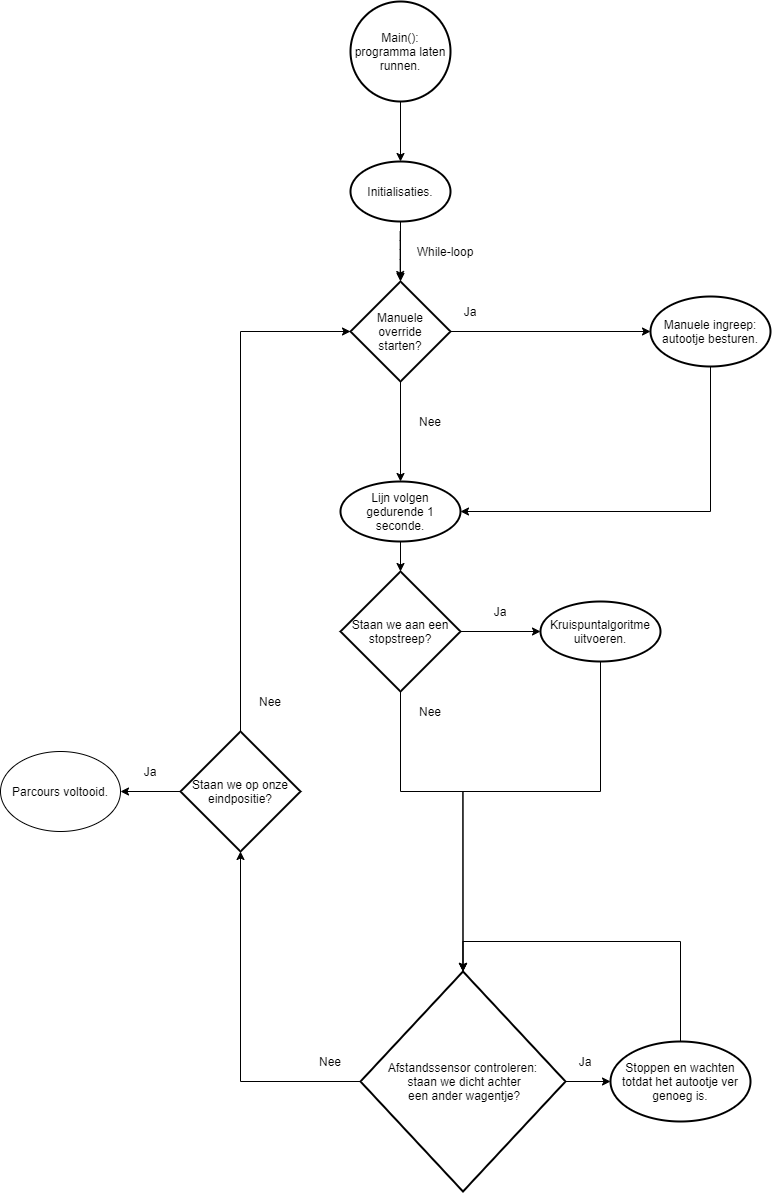
CamilleLouagie/groep-1 keeps this draw.io diagram as flowchartHoofdstructuur.png. Above is the earlier version. Source tidied: cells renumbered, new cells last; positions are measured from the earlier drawing's top-left corner, leaving out a move shared by most shapes.
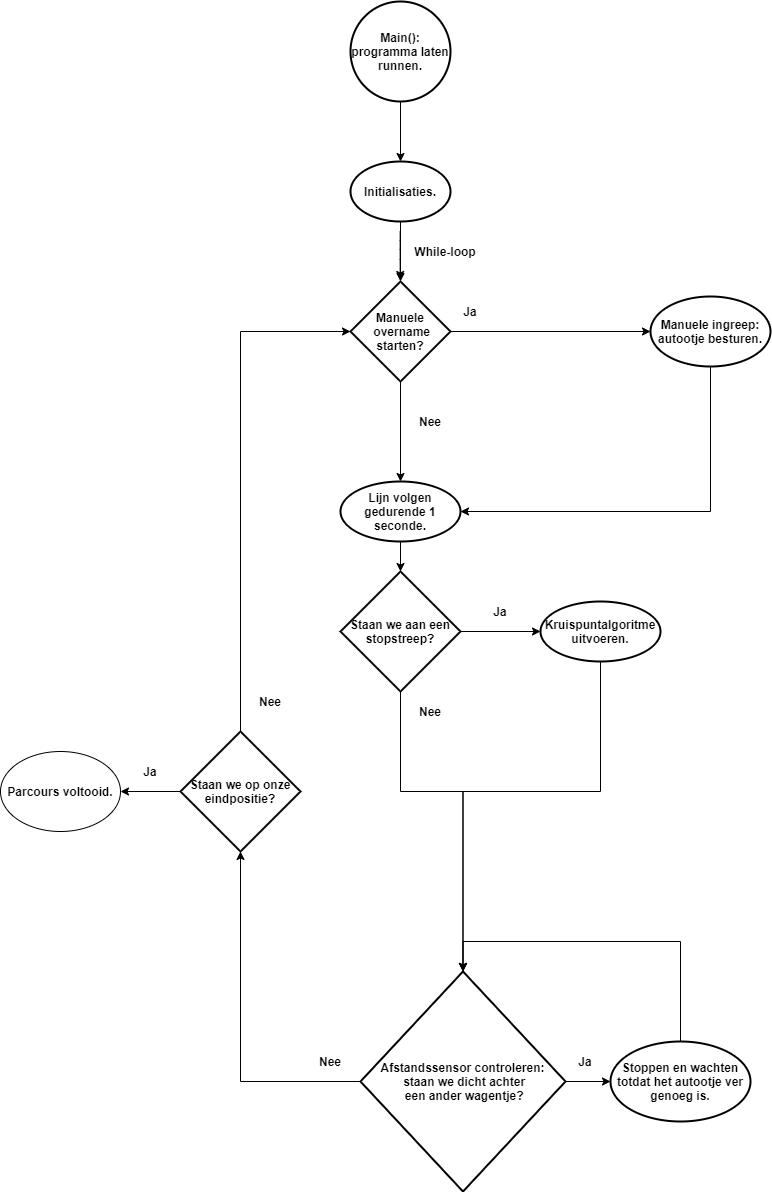
Later version of the same file.

The edit, as a diff of the source:
```diff
@@ -5,7 +5,7 @@
     <mxCell id="2" style="edgeStyle=orthogonalEdgeStyle;rounded=0;jettySize=auto;html=1;" parent="1" edge="1" source="3" target="15">
       <mxGeometry relative="1" as="geometry" />
     </mxCell>
-    <mxCell id="3" value="Main(): programma laten runnen." style="strokeWidth=2;html=1;shape=mxgraph.flowchart.start_2;whiteSpace=wrap;" parent="1" vertex="1">
+    <mxCell id="3" value="&lt;b&gt;Main(): programma laten runnen.&lt;/b&gt;" style="strokeWidth=2;html=1;shape=mxgraph.flowchart.start_2;whiteSpace=wrap;" parent="1" vertex="1">
       <mxGeometry x="350" width="100" height="100" as="geometry" />
     </mxCell>
     <mxCell id="4" style="endArrow=classic;html=1;" parent="1" edge="1">
@@ -23,7 +23,7 @@
     <mxCell id="6" style="edgeStyle=orthogonalEdgeStyle;rounded=0;jettySize=auto;html=1;entryX=0;entryY=0.5;entryDx=0;entryDy=0;" parent="1" edge="1" source="7" target="9">
       <mxGeometry relative="1" as="geometry" />
     </mxCell>
-    <mxCell id="7" value="Manuele&lt;br&gt;&amp;nbsp;override &lt;br&gt;starten?" style="strokeWidth=2;html=1;shape=mxgraph.flowchart.decision;whiteSpace=wrap;" parent="1" vertex="1">
+    <mxCell id="7" value="&lt;b&gt;Manuele&lt;br&gt;&amp;nbsp;overname&lt;br&gt;starten?&lt;/b&gt;" style="strokeWidth=2;html=1;shape=mxgraph.flowchart.decision;whiteSpace=wrap;" parent="1" vertex="1">
       <mxGeometry x="350" y="280" width="100" height="100" as="geometry" />
     </mxCell>
     <mxCell id="8" style="edgeStyle=orthogonalEdgeStyle;rounded=0;jettySize=auto;html=1;entryX=1;entryY=0.5;entryDx=0;entryDy=0;" parent="1" edge="1" source="9" target="11">
@@ -33,28 +33,28 @@
         </Array>
       </mxGeometry>
     </mxCell>
-    <mxCell id="9" value="Manuele ingreep: autootje besturen." style="ellipse;whiteSpace=wrap;html=1;strokeWidth=2;" parent="1" vertex="1">
+    <mxCell id="9" value="&lt;b&gt;Manuele ingreep: autootje besturen.&lt;/b&gt;" style="ellipse;whiteSpace=wrap;html=1;strokeWidth=2;" parent="1" vertex="1">
       <mxGeometry x="650" y="295" width="120" height="70" as="geometry" />
     </mxCell>
     <mxCell id="10" style="edgeStyle=orthogonalEdgeStyle;rounded=0;jettySize=auto;html=1;" parent="1" edge="1" source="11" target="19">
       <mxGeometry relative="1" as="geometry" />
     </mxCell>
-    <mxCell id="11" value="Lijn volgen gedurende 1 seconde." style="ellipse;whiteSpace=wrap;html=1;strokeWidth=2;" parent="1" vertex="1">
+    <mxCell id="11" value="&lt;b&gt;Lijn volgen gedurende 1 seconde.&lt;/b&gt;" style="ellipse;whiteSpace=wrap;html=1;strokeWidth=2;" parent="1" vertex="1">
       <mxGeometry x="340" y="480" width="120" height="60" as="geometry" />
     </mxCell>
-    <mxCell id="12" value="Ja" style="text;html=1;strokeColor=none;fillColor=none;align=center;verticalAlign=middle;whiteSpace=wrap;rounded=0;" parent="1" vertex="1">
+    <mxCell id="12" value="&lt;b&gt;Ja&lt;/b&gt;" style="text;html=1;strokeColor=none;fillColor=none;align=center;verticalAlign=middle;whiteSpace=wrap;rounded=0;" parent="1" vertex="1">
       <mxGeometry x="450" y="300" width="40" height="20" as="geometry" />
     </mxCell>
-    <mxCell id="13" value="Nee" style="text;html=1;strokeColor=none;fillColor=none;align=center;verticalAlign=middle;whiteSpace=wrap;rounded=0;" parent="1" vertex="1">
+    <mxCell id="13" value="&lt;b&gt;Nee&lt;/b&gt;" style="text;html=1;strokeColor=none;fillColor=none;align=center;verticalAlign=middle;whiteSpace=wrap;rounded=0;" parent="1" vertex="1">
       <mxGeometry x="410" y="410" width="40" height="20" as="geometry" />
     </mxCell>
     <mxCell id="14" style="edgeStyle=orthogonalEdgeStyle;rounded=0;jettySize=auto;html=1;" parent="1" edge="1" source="15" target="7">
       <mxGeometry relative="1" as="geometry" />
     </mxCell>
-    <mxCell id="15" value="Initialisaties." style="strokeWidth=2;html=1;shape=mxgraph.flowchart.start_1;whiteSpace=wrap;" parent="1" vertex="1">
+    <mxCell id="15" value="Initialisaties." style="strokeWidth=2;html=1;shape=mxgraph.flowchart.start_1;whiteSpace=wrap;fontFamily=Helvetica;fontStyle=1;" parent="1" vertex="1">
       <mxGeometry x="350" y="160" width="100" height="60" as="geometry" />
     </mxCell>
-    <mxCell id="16" value="While-loop" style="text;html=1;strokeColor=none;fillColor=none;align=center;verticalAlign=middle;whiteSpace=wrap;rounded=0;" parent="1" vertex="1">
+    <mxCell id="16" value="&lt;b&gt;While-loop&lt;/b&gt;" style="text;html=1;strokeColor=none;fillColor=none;align=center;verticalAlign=middle;whiteSpace=wrap;rounded=0;" parent="1" vertex="1">
       <mxGeometry x="410" y="240" width="70" height="20" as="geometry" />
     </mxCell>
     <mxCell id="17" style="edgeStyle=orthogonalEdgeStyle;rounded=0;jettySize=auto;html=1;" parent="1" edge="1" source="19" target="21">
@@ -68,7 +68,7 @@
         </Array>
       </mxGeometry>
     </mxCell>
-    <mxCell id="19" value="Staan we aan een stopstreep?" style="strokeWidth=2;html=1;shape=mxgraph.flowchart.decision;whiteSpace=wrap;" parent="1" vertex="1">
+    <mxCell id="19" value="&lt;b&gt;Staan we aan een stopstreep?&lt;/b&gt;" style="strokeWidth=2;html=1;shape=mxgraph.flowchart.decision;whiteSpace=wrap;" parent="1" vertex="1">
       <mxGeometry x="340" y="570" width="120" height="120" as="geometry" />
     </mxCell>
     <mxCell id="20" style="edgeStyle=orthogonalEdgeStyle;rounded=0;jettySize=auto;html=1;entryX=0.5;entryY=0;entryDx=0;entryDy=0;entryPerimeter=0;" parent="1" edge="1" source="21" target="27">
@@ -79,13 +79,13 @@
         </Array>
       </mxGeometry>
     </mxCell>
-    <mxCell id="21" value="Kruispuntalgoritme uitvoeren." style="ellipse;whiteSpace=wrap;html=1;strokeWidth=2;" parent="1" vertex="1">
+    <mxCell id="21" value="&lt;b&gt;Kruispuntalgoritme uitvoeren.&lt;/b&gt;" style="ellipse;whiteSpace=wrap;html=1;strokeWidth=2;" parent="1" vertex="1">
       <mxGeometry x="540" y="600" width="120" height="60" as="geometry" />
     </mxCell>
-    <mxCell id="22" value="Ja" style="text;html=1;strokeColor=none;fillColor=none;align=center;verticalAlign=middle;whiteSpace=wrap;rounded=0;" parent="1" vertex="1">
+    <mxCell id="22" value="&lt;b&gt;Ja&lt;/b&gt;" style="text;html=1;strokeColor=none;fillColor=none;align=center;verticalAlign=middle;whiteSpace=wrap;rounded=0;" parent="1" vertex="1">
       <mxGeometry x="480" y="600" width="40" height="20" as="geometry" />
     </mxCell>
-    <mxCell id="23" value="Nee" style="text;html=1;strokeColor=none;fillColor=none;align=center;verticalAlign=middle;whiteSpace=wrap;rounded=0;" parent="1" vertex="1">
+    <mxCell id="23" value="&lt;b&gt;Nee&lt;/b&gt;" style="text;html=1;strokeColor=none;fillColor=none;align=center;verticalAlign=middle;whiteSpace=wrap;rounded=0;" parent="1" vertex="1">
       <mxGeometry x="410" y="700" width="40" height="20" as="geometry" />
     </mxCell>
     <mxCell id="24" style="edgeStyle=orthogonalEdgeStyle;rounded=0;jettySize=auto;html=1;" parent="1" edge="1" source="27" target="29">
@@ -101,7 +101,7 @@
     <mxCell id="26" style="edgeStyle=orthogonalEdgeStyle;rounded=0;jettySize=auto;html=1;entryX=0.5;entryY=1;entryDx=0;entryDy=0;entryPerimeter=0;" parent="1" edge="1" source="27" target="33">
       <mxGeometry relative="1" as="geometry" />
     </mxCell>
-    <mxCell id="27" value="Afstandssensor controleren:&lt;br&gt;&amp;nbsp;staan we dicht achter&lt;br&gt;&amp;nbsp;een ander wagentje?" style="strokeWidth=2;html=1;shape=mxgraph.flowchart.decision;whiteSpace=wrap;" parent="1" vertex="1">
+    <mxCell id="27" value="&lt;b&gt;Afstandssensor controleren:&lt;br&gt;&amp;nbsp;staan we dicht achter&lt;br&gt;&amp;nbsp;een ander wagentje?&lt;/b&gt;" style="strokeWidth=2;html=1;shape=mxgraph.flowchart.decision;whiteSpace=wrap;" parent="1" vertex="1">
       <mxGeometry x="360" y="970" width="205" height="220" as="geometry" />
     </mxCell>
     <mxCell id="28" style="edgeStyle=orthogonalEdgeStyle;rounded=0;jettySize=auto;html=1;entryX=0.5;entryY=0;entryDx=0;entryDy=0;entryPerimeter=0;" parent="1" edge="1" source="29" target="27">
@@ -112,28 +112,28 @@
         </Array>
       </mxGeometry>
     </mxCell>
-    <mxCell id="29" value="Stoppen en wachten totdat het autootje ver genoeg is." style="ellipse;whiteSpace=wrap;html=1;strokeWidth=2;" parent="1" vertex="1">
+    <mxCell id="29" value="&lt;b&gt;Stoppen en wachten totdat het autootje ver genoeg is.&lt;/b&gt;" style="ellipse;whiteSpace=wrap;html=1;strokeWidth=2;" parent="1" vertex="1">
       <mxGeometry x="610" y="1040" width="140" height="80" as="geometry" />
     </mxCell>
-    <mxCell id="30" value="Ja" style="text;html=1;strokeColor=none;fillColor=none;align=center;verticalAlign=middle;whiteSpace=wrap;rounded=0;" parent="1" vertex="1">
+    <mxCell id="30" value="&lt;b&gt;Ja&lt;/b&gt;" style="text;html=1;strokeColor=none;fillColor=none;align=center;verticalAlign=middle;whiteSpace=wrap;rounded=0;" parent="1" vertex="1">
       <mxGeometry x="565" y="1050" width="40" height="20" as="geometry" />
     </mxCell>
-    <mxCell id="31" value="Nee" style="text;html=1;strokeColor=none;fillColor=none;align=center;verticalAlign=middle;whiteSpace=wrap;rounded=0;" parent="1" vertex="1">
+    <mxCell id="31" value="&lt;b&gt;Nee&lt;/b&gt;" style="text;html=1;strokeColor=none;fillColor=none;align=center;verticalAlign=middle;whiteSpace=wrap;rounded=0;" parent="1" vertex="1">
       <mxGeometry x="310" y="1050" width="40" height="20" as="geometry" />
     </mxCell>
     <mxCell id="32" style="edgeStyle=orthogonalEdgeStyle;rounded=0;jettySize=auto;html=1;entryX=1;entryY=0.5;entryDx=0;entryDy=0;" parent="1" edge="1" source="33" target="36">
       <mxGeometry relative="1" as="geometry" />
     </mxCell>
-    <mxCell id="33" value="Staan we op onze eindpositie?" style="strokeWidth=2;html=1;shape=mxgraph.flowchart.decision;whiteSpace=wrap;" parent="1" vertex="1">
+    <mxCell id="33" value="&lt;b&gt;Staan we op onze eindpositie?&lt;/b&gt;" style="strokeWidth=2;html=1;shape=mxgraph.flowchart.decision;whiteSpace=wrap;" parent="1" vertex="1">
       <mxGeometry x="180" y="730" width="120" height="120" as="geometry" />
     </mxCell>
-    <mxCell id="34" value="Nee" style="text;html=1;strokeColor=none;fillColor=none;align=center;verticalAlign=middle;whiteSpace=wrap;rounded=0;" parent="1" vertex="1">
+    <mxCell id="34" value="&lt;b&gt;Nee&lt;/b&gt;" style="text;html=1;strokeColor=none;fillColor=none;align=center;verticalAlign=middle;whiteSpace=wrap;rounded=0;" parent="1" vertex="1">
       <mxGeometry x="250" y="690" width="40" height="20" as="geometry" />
     </mxCell>
-    <mxCell id="35" value="Ja" style="text;html=1;strokeColor=none;fillColor=none;align=center;verticalAlign=middle;whiteSpace=wrap;rounded=0;" parent="1" vertex="1">
+    <mxCell id="35" value="&lt;b&gt;Ja&lt;/b&gt;" style="text;html=1;strokeColor=none;fillColor=none;align=center;verticalAlign=middle;whiteSpace=wrap;rounded=0;" parent="1" vertex="1">
       <mxGeometry x="130" y="760" width="40" height="20" as="geometry" />
     </mxCell>
-    <mxCell id="36" value="Parcours voltooid." style="ellipse;whiteSpace=wrap;html=1;" parent="1" vertex="1">
+    <mxCell id="36" value="&lt;b&gt;Parcours voltooid.&lt;/b&gt;" style="ellipse;whiteSpace=wrap;html=1;" parent="1" vertex="1">
       <mxGeometry y="750" width="120" height="80" as="geometry" />
     </mxCell>
   </root>
```
